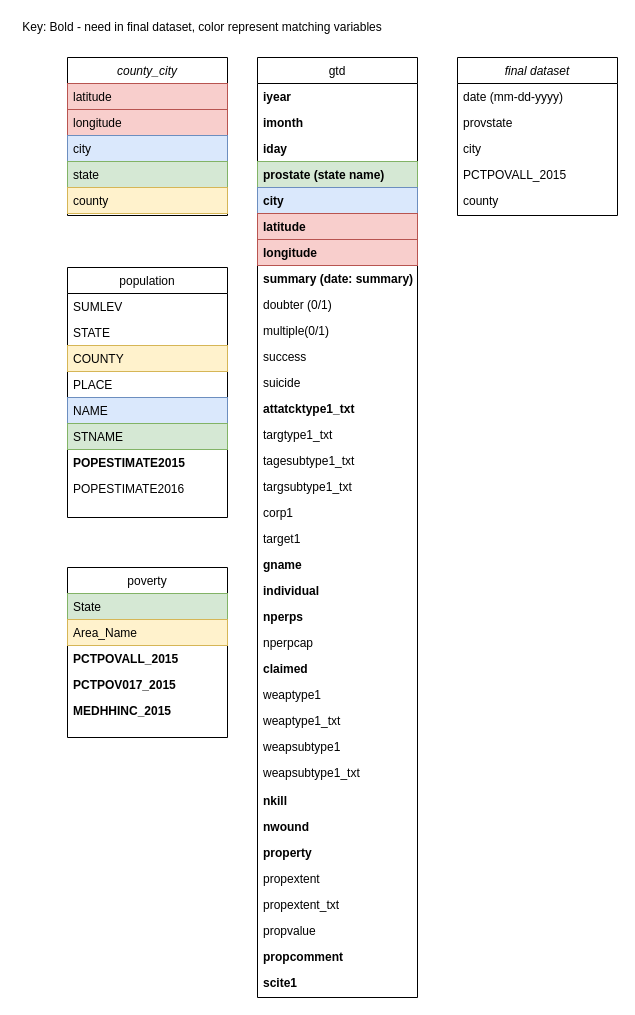
This is Untitled Diagram.drawio from CarleyDziewicki/Indepdent-Work, a draw.io file, before an edit. Source tidied: cells renumbered, new cells numbered last; positions are measured from the earlier drawing's top-left corner, leaving out a move shared by most shapes. Both pictures are drawn from the tidied source at 100%, with x=0, y=0 at pixel (17, 17).
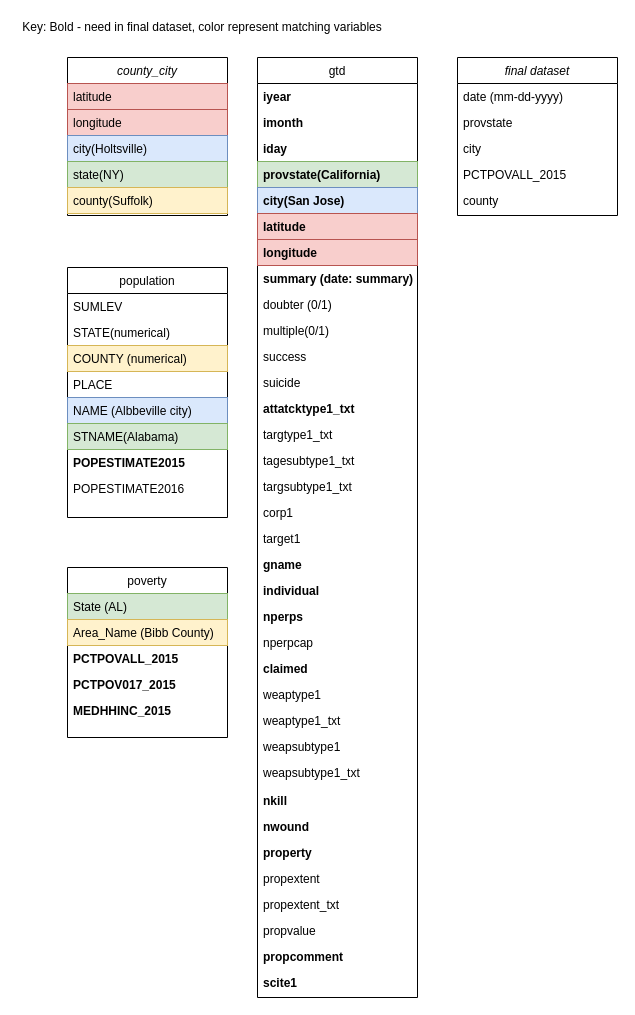
The same page after the edit.

Unchanged cells that the change refers to:
```xml
<mxCell id="2" value="county_city" style="swimlane;fontStyle=2;align=center;verticalAlign=top;horizontal=1;startSize=26;rounded=0;shadow=0;strokeWidth=1;" parent="1" vertex="1">
  <mxGeometry x="50" y="40" width="160" height="158" as="geometry" />
</mxCell>
<mxCell id="8" value="population" style="swimlane;fontStyle=0;align=center;verticalAlign=top;horizontal=1;startSize=26;rounded=0;shadow=0;strokeWidth=1;" parent="1" vertex="1">
  <mxGeometry x="50" y="250" width="160" height="250" as="geometry" />
</mxCell>
<mxCell id="17" value="poverty" style="swimlane;fontStyle=0;align=center;verticalAlign=top;horizontal=1;startSize=26;rounded=0;shadow=0;strokeWidth=1;" parent="1" vertex="1">
  <mxGeometry x="50" y="550" width="160" height="170" as="geometry" />
</mxCell>
<mxCell id="23" value="gtd" style="swimlane;fontStyle=0;align=center;verticalAlign=top;horizontal=1;startSize=26;rounded=0;shadow=0;strokeWidth=1;" parent="1" vertex="1">
  <mxGeometry x="240" y="40" width="160" height="940" as="geometry" />
</mxCell>
```

The edit, as a diff of the source:
```diff
@@
-    <mxCell id="5" value="city" style="text;align=left;verticalAlign=top;spacingLeft=4;spacingRight=4;overflow=hidden;rounded=0;shadow=0;html=0;fillColor=#dae8fc;strokeColor=#6c8ebf;" parent="2" vertex="1">
+    <mxCell id="5" value="city(Holtsville)" style="text;align=left;verticalAlign=top;spacingLeft=4;spacingRight=4;overflow=hidden;rounded=0;shadow=0;html=0;fillColor=#dae8fc;strokeColor=#6c8ebf;" parent="2" vertex="1">
       <mxGeometry y="78" width="160" height="26" as="geometry" />
     </mxCell>
-    <mxCell id="6" value="state" style="text;align=left;verticalAlign=top;spacingLeft=4;spacingRight=4;overflow=hidden;rounded=0;shadow=0;html=0;fillColor=#d5e8d4;strokeColor=#82b366;" parent="2" vertex="1">
+    <mxCell id="6" value="state(NY)" style="text;align=left;verticalAlign=top;spacingLeft=4;spacingRight=4;overflow=hidden;rounded=0;shadow=0;html=0;fillColor=#d5e8d4;strokeColor=#82b366;" parent="2" vertex="1">
       <mxGeometry y="104" width="160" height="26" as="geometry" />
     </mxCell>
-    <mxCell id="7" value="county" style="text;align=left;verticalAlign=top;spacingLeft=4;spacingRight=4;overflow=hidden;rounded=0;shadow=0;html=0;fillColor=#fff2cc;strokeColor=#d6b656;" parent="2" vertex="1">
+    <mxCell id="7" value="county(Suffolk)" style="text;align=left;verticalAlign=top;spacingLeft=4;spacingRight=4;overflow=hidden;rounded=0;shadow=0;html=0;fillColor=#fff2cc;strokeColor=#d6b656;" parent="2" vertex="1">
       <mxGeometry y="130" width="160" height="26" as="geometry" />
     </mxCell>
@@
-    <mxCell id="10" value="STATE" style="text;align=left;verticalAlign=top;spacingLeft=4;spacingRight=4;overflow=hidden;rounded=0;shadow=0;html=0;" parent="8" vertex="1">
+    <mxCell id="10" value="STATE(numerical)" style="text;align=left;verticalAlign=top;spacingLeft=4;spacingRight=4;overflow=hidden;rounded=0;shadow=0;html=0;" parent="8" vertex="1">
       <mxGeometry y="52" width="160" height="26" as="geometry" />
     </mxCell>
-    <mxCell id="11" value="COUNTY" style="text;align=left;verticalAlign=top;spacingLeft=4;spacingRight=4;overflow=hidden;fillColor=#fff2cc;strokeColor=#d6b656;" parent="8" vertex="1">
+    <mxCell id="11" value="COUNTY (numerical)" style="text;align=left;verticalAlign=top;spacingLeft=4;spacingRight=4;overflow=hidden;fillColor=#fff2cc;strokeColor=#d6b656;" parent="8" vertex="1">
       <mxGeometry y="78" width="160" height="26" as="geometry" />
     </mxCell>
@@
-    <mxCell id="13" value="NAME" style="text;align=left;verticalAlign=top;spacingLeft=4;spacingRight=4;overflow=hidden;fillColor=#dae8fc;strokeColor=#6c8ebf;" parent="8" vertex="1">
+    <mxCell id="13" value="NAME (Albbeville city)" style="text;align=left;verticalAlign=top;spacingLeft=4;spacingRight=4;overflow=hidden;fillColor=#dae8fc;strokeColor=#6c8ebf;" parent="8" vertex="1">
       <mxGeometry y="130" width="160" height="26" as="geometry" />
     </mxCell>
-    <mxCell id="14" value="STNAME" style="text;align=left;verticalAlign=top;spacingLeft=4;spacingRight=4;overflow=hidden;fillColor=#d5e8d4;strokeColor=#82b366;" parent="8" vertex="1">
+    <mxCell id="14" value="STNAME(Alabama)" style="text;align=left;verticalAlign=top;spacingLeft=4;spacingRight=4;overflow=hidden;fillColor=#d5e8d4;strokeColor=#82b366;" parent="8" vertex="1">
       <mxGeometry y="156" width="160" height="26" as="geometry" />
     </mxCell>
@@
-    <mxCell id="18" value="State" style="text;align=left;verticalAlign=top;spacingLeft=4;spacingRight=4;overflow=hidden;fillColor=#d5e8d4;strokeColor=#82b366;" parent="17" vertex="1">
+    <mxCell id="18" value="State (AL)" style="text;align=left;verticalAlign=top;spacingLeft=4;spacingRight=4;overflow=hidden;fillColor=#d5e8d4;strokeColor=#82b366;" parent="17" vertex="1">
       <mxGeometry y="26" width="160" height="26" as="geometry" />
     </mxCell>
-    <mxCell id="19" value="Area_Name" style="text;align=left;verticalAlign=top;spacingLeft=4;spacingRight=4;overflow=hidden;fillColor=#fff2cc;strokeColor=#d6b656;" parent="17" vertex="1">
+    <mxCell id="19" value="Area_Name (Bibb County)" style="text;align=left;verticalAlign=top;spacingLeft=4;spacingRight=4;overflow=hidden;fillColor=#fff2cc;strokeColor=#d6b656;" parent="17" vertex="1">
       <mxGeometry y="52" width="160" height="26" as="geometry" />
     </mxCell>
@@
-    <mxCell id="27" value="prostate (state name)" style="text;align=left;verticalAlign=top;spacingLeft=4;spacingRight=4;overflow=hidden;rounded=0;shadow=0;html=0;fillColor=#d5e8d4;strokeColor=#82b366;fontStyle=1;" parent="23" vertex="1">
+    <mxCell id="27" value="provstate(California)" style="text;align=left;verticalAlign=top;spacingLeft=4;spacingRight=4;overflow=hidden;rounded=0;shadow=0;html=0;fillColor=#d5e8d4;strokeColor=#82b366;fontStyle=1;" parent="23" vertex="1">
       <mxGeometry y="104" width="160" height="26" as="geometry" />
     </mxCell>
-    <mxCell id="28" value="city" style="text;align=left;verticalAlign=top;spacingLeft=4;spacingRight=4;overflow=hidden;rounded=0;shadow=0;html=0;fillColor=#dae8fc;strokeColor=#6c8ebf;fontStyle=1;" parent="23" vertex="1">
+    <mxCell id="28" value="city(San Jose)" style="text;align=left;verticalAlign=top;spacingLeft=4;spacingRight=4;overflow=hidden;rounded=0;shadow=0;html=0;fillColor=#dae8fc;strokeColor=#6c8ebf;fontStyle=1;" parent="23" vertex="1">
       <mxGeometry y="130" width="160" height="26" as="geometry" />
     </mxCell>
```
